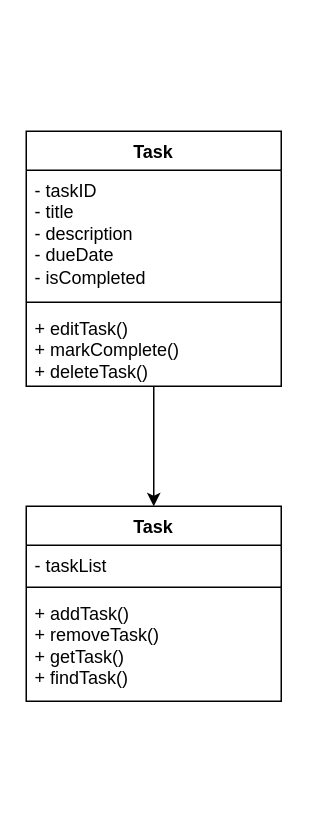
Before: Untitled Diagram.drawio in alvihatta-dr/alvihatta-dr, a draw.io diagram. Source tidied: cells renumbered, new cells numbered last; positions are measured from the earlier drawing's top-left corner, leaving out a move shared by most shapes. Both pictures are drawn from the tidied source at 150%, with x=0, y=0 at pixel (26, 130).
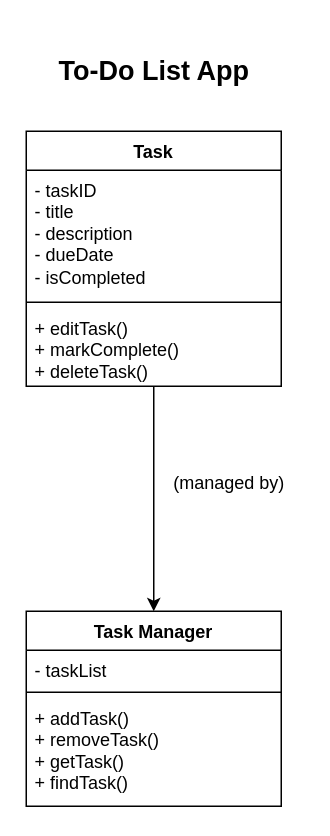
After the change.

Diff of the diagram source:
```diff
@@
 <mxGraphModel>
   <root>
     <mxCell id="0" />
     <mxCell id="1" parent="0" />
     <mxCell id="2" style="edgeStyle=orthogonalEdgeStyle;rounded=0;jettySize=auto;html=1;" parent="1" edge="1" source="3" target="7">
       <mxGeometry relative="1" as="geometry" />
     </mxCell>
     <mxCell id="3" value="Task" style="swimlane;fontStyle=1;align=center;verticalAlign=top;horizontal=1;startSize=26;whiteSpace=wrap;html=1;" parent="1" vertex="1">
       <mxGeometry width="170" height="170" as="geometry" />
     </mxCell>
     <mxCell id="4" value="- taskID&lt;div&gt;- title&lt;/div&gt;&lt;div&gt;- description&lt;/div&gt;&lt;div&gt;- dueDate&lt;/div&gt;&lt;div&gt;- isCompleted&lt;/div&gt;" style="text;strokeColor=none;fillColor=none;align=left;verticalAlign=top;spacingLeft=4;spacingRight=4;overflow=hidden;whiteSpace=wrap;html=1;" parent="3" vertex="1">
       <mxGeometry y="26" width="170" height="84" as="geometry" />
     </mxCell>
     <mxCell id="5" style="line;strokeWidth=1;fillColor=none;align=left;verticalAlign=middle;spacingTop=-1;spacingLeft=3;spacingRight=3;labelPosition=right;strokeColor=inherit;" parent="3" vertex="1">
       <mxGeometry y="110" width="170" height="8" as="geometry" />
     </mxCell>
     <mxCell id="6" value="+ editTask()&lt;div&gt;+ markComplete()&lt;/div&gt;&lt;div&gt;+ deleteTask()&lt;/div&gt;" style="text;strokeColor=none;fillColor=none;align=left;verticalAlign=top;spacingLeft=4;spacingRight=4;overflow=hidden;whiteSpace=wrap;html=1;" parent="3" vertex="1">
       <mxGeometry y="118" width="170" height="52" as="geometry" />
     </mxCell>
-    <mxCell id="7" value="Task" style="swimlane;fontStyle=1;align=center;verticalAlign=top;horizontal=1;startSize=26;whiteSpace=wrap;html=1;" parent="1" vertex="1">
-      <mxGeometry y="250" width="170" height="130" as="geometry" />
+    <mxCell id="7" value="Task Manager" style="swimlane;fontStyle=1;align=center;verticalAlign=top;horizontal=1;startSize=26;whiteSpace=wrap;html=1;" parent="1" vertex="1">
+      <mxGeometry y="320" width="170" height="130" as="geometry" />
     </mxCell>
     <mxCell id="8" value="- taskList" style="text;strokeColor=none;fillColor=none;align=left;verticalAlign=top;spacingLeft=4;spacingRight=4;overflow=hidden;whiteSpace=wrap;html=1;" parent="7" vertex="1">
       <mxGeometry y="26" width="170" height="24" as="geometry" />
     </mxCell>
     <mxCell id="9" style="line;strokeWidth=1;fillColor=none;align=left;verticalAlign=middle;spacingTop=-1;spacingLeft=3;spacingRight=3;labelPosition=right;strokeColor=inherit;" parent="7" vertex="1">
       <mxGeometry y="50" width="170" height="8" as="geometry" />
     </mxCell>
     <mxCell id="10" value="+ addTask()&lt;div&gt;+ removeTask()&lt;/div&gt;&lt;div&gt;+ getTask()&lt;/div&gt;&lt;div&gt;+ findTask()&lt;/div&gt;" style="text;strokeColor=none;fillColor=none;align=left;verticalAlign=top;spacingLeft=4;spacingRight=4;overflow=hidden;whiteSpace=wrap;html=1;" parent="7" vertex="1">
       <mxGeometry y="58" width="170" height="72" as="geometry" />
     </mxCell>
+    <mxCell id="11" value="(managed by)" style="text;html=1;align=center;verticalAlign=middle;strokeColor=none;fillColor=none;rotation=0;" parent="1" vertex="1">
+      <mxGeometry x="85" y="220" width="100" height="30" as="geometry" />
+    </mxCell>
+    <mxCell id="12" value="&lt;h2&gt;&lt;b&gt;To-Do List App&lt;/b&gt;&lt;/h2&gt;" style="text;html=1;align=center;verticalAlign=middle;strokeColor=none;fillColor=none;" parent="1" vertex="1">
+      <mxGeometry x="10" y="-70" width="150" height="60" as="geometry" />
+    </mxCell>
   </root>
 </mxGraphModel>
```
